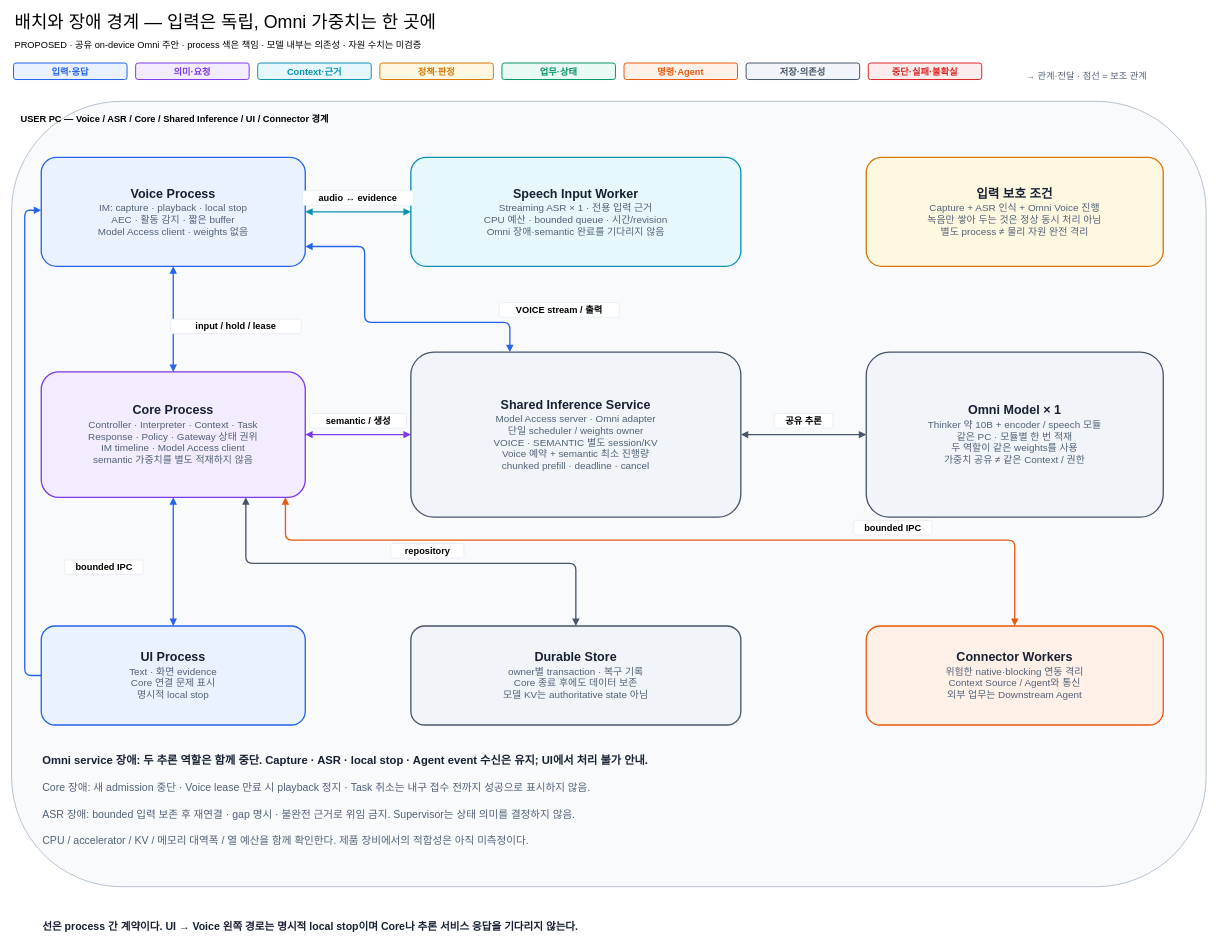
Above: docs/architecture/12-decisions/target-architecture/diagrams/06-runtime-and-fault-boundaries.drawio in cbyche/via-sw-architecture (draw.io), before the change. Source tidied: cells renumbered, new cells numbered last; positions are measured from the earlier drawing's top-left corner, leaving out a move shared by most shapes. Both pictures are drawn from the tidied source at 66%, with x=0, y=0 at pixel (11, 12).
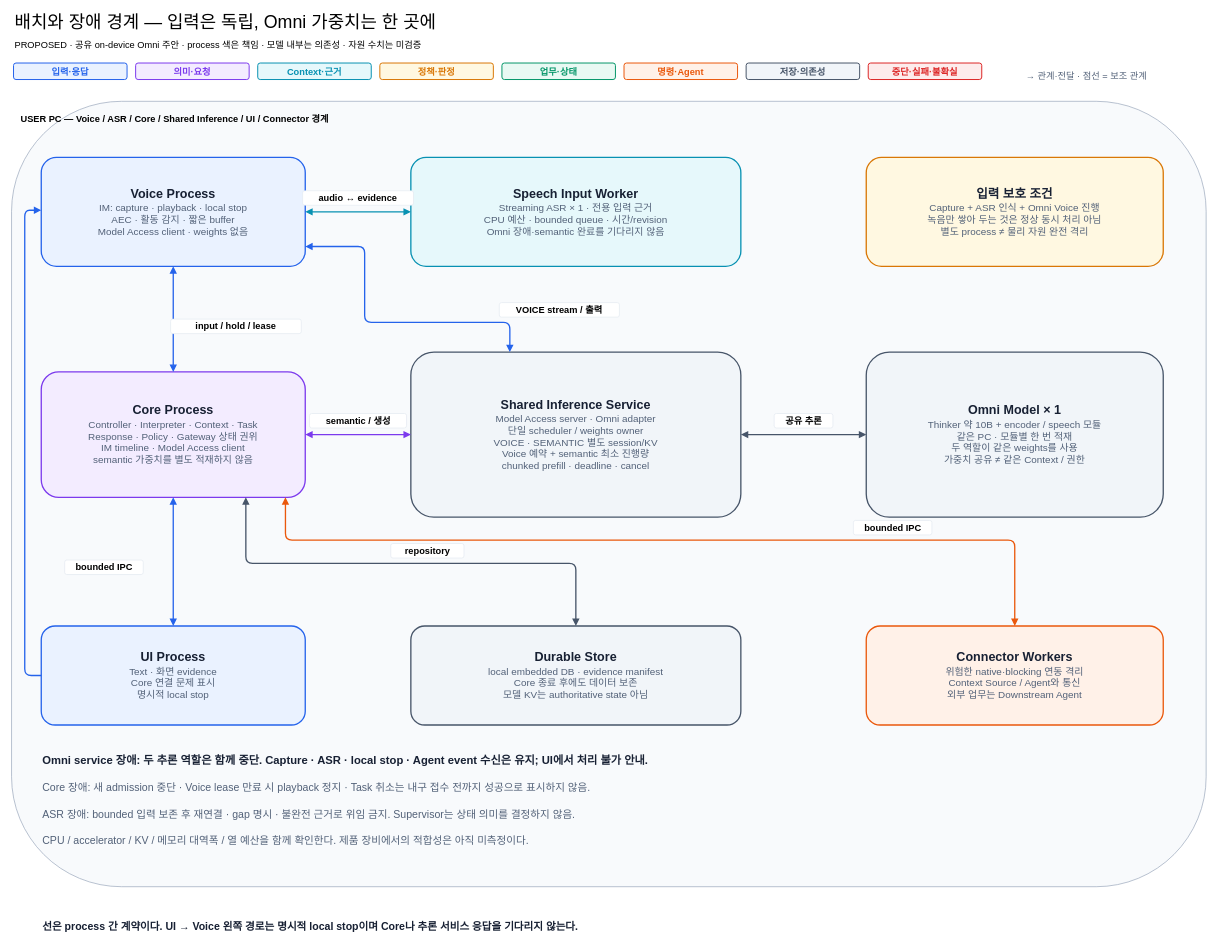
The same diagram, later.

What changed in the source:
```diff
@@
-    <mxCell id="10" value="&lt;div style='font-size:19px;font-weight:bold'&gt;Durable Store&lt;/div&gt;&lt;div style='font-size:15px;color:#526178'&gt;owner별 transaction · 복구 기록&lt;/div&gt;&lt;div style='font-size:15px;color:#526178'&gt;Core 종료 후에도 데이터 보존&lt;/div&gt;&lt;div style='font-size:15px;color:#526178'&gt;모델 KV는 authoritative state 아님&lt;/div&gt;" style="shape=rectangle;rounded=1;whiteSpace=wrap;html=1;fillColor=#F1F5F9;strokeColor=#475569;strokeWidth=2;fontColor=#172033;dashed=0;arcSize=14;spacing=10;" parent="1" vertex="1">
+    <mxCell id="10" value="&lt;div style='font-size:19px;font-weight:bold'&gt;Durable Store&lt;/div&gt;&lt;div style='font-size:15px;color:#526178'&gt;local embedded DB · evidence manifest&lt;/div&gt;&lt;div style='font-size:15px;color:#526178'&gt;Core 종료 후에도 데이터 보존&lt;/div&gt;&lt;div style='font-size:15px;color:#526178'&gt;모델 KV는 authoritative state 아님&lt;/div&gt;" style="shape=rectangle;rounded=1;whiteSpace=wrap;html=1;fillColor=#F1F5F9;strokeColor=#475569;strokeWidth=2;fontColor=#172033;dashed=0;arcSize=14;spacing=10;" parent="1" vertex="1">
       <mxGeometry x="605" y="930" width="500" height="150" as="geometry" />
     </mxCell>
```
